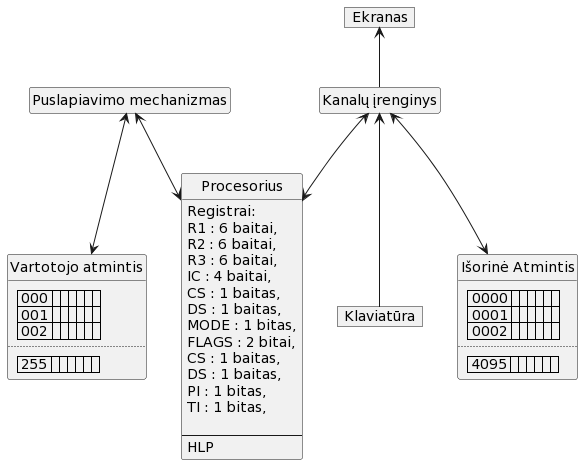
Before: aprasymas1/img/reali_masina.png, a diagram exported from PlantUML (Mdominykas/OS).
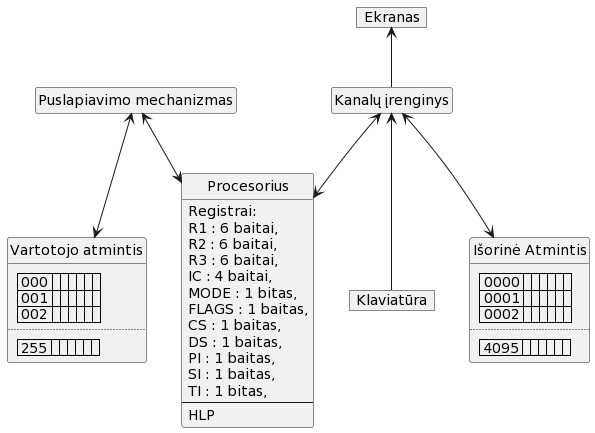
The same diagram one commit later.

Change to the diagram source:
```diff
@@ -10,15 +10,13 @@
 R2 : 6 baitai,
 R3 : 6 baitai,
 IC : 4 baitai,
+MODE : 1 bitas,
+FLAGS : 1 baitas,
 CS : 1 baitas,
 DS : 1 baitas,
-MODE : 1 bitas,
-FLAGS : 2 bitai,
-CS : 1 baitas,
-DS : 1 baitas,
-PI : 1 bitas,
+PI : 1 baitas,
+SI : 1 baitas,
 TI : 1 bitas,
-
 --
 HLP
 }
```
